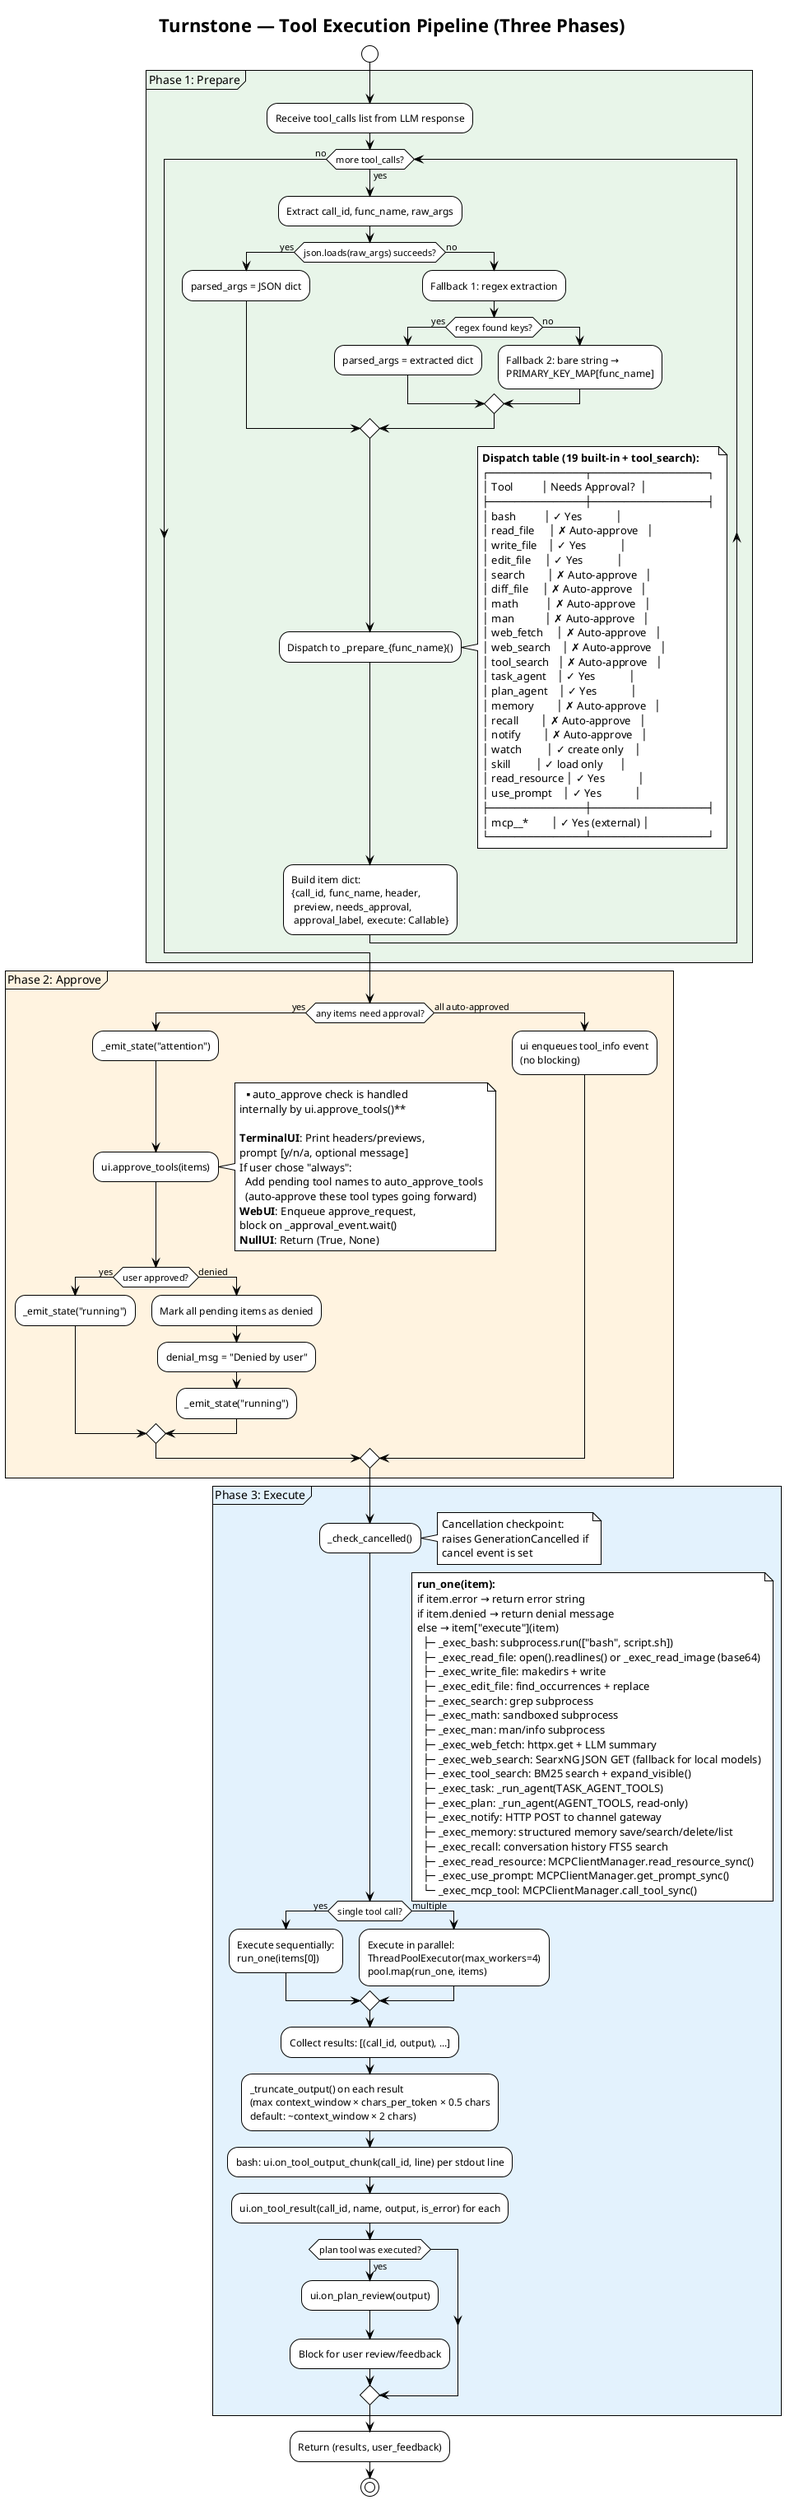
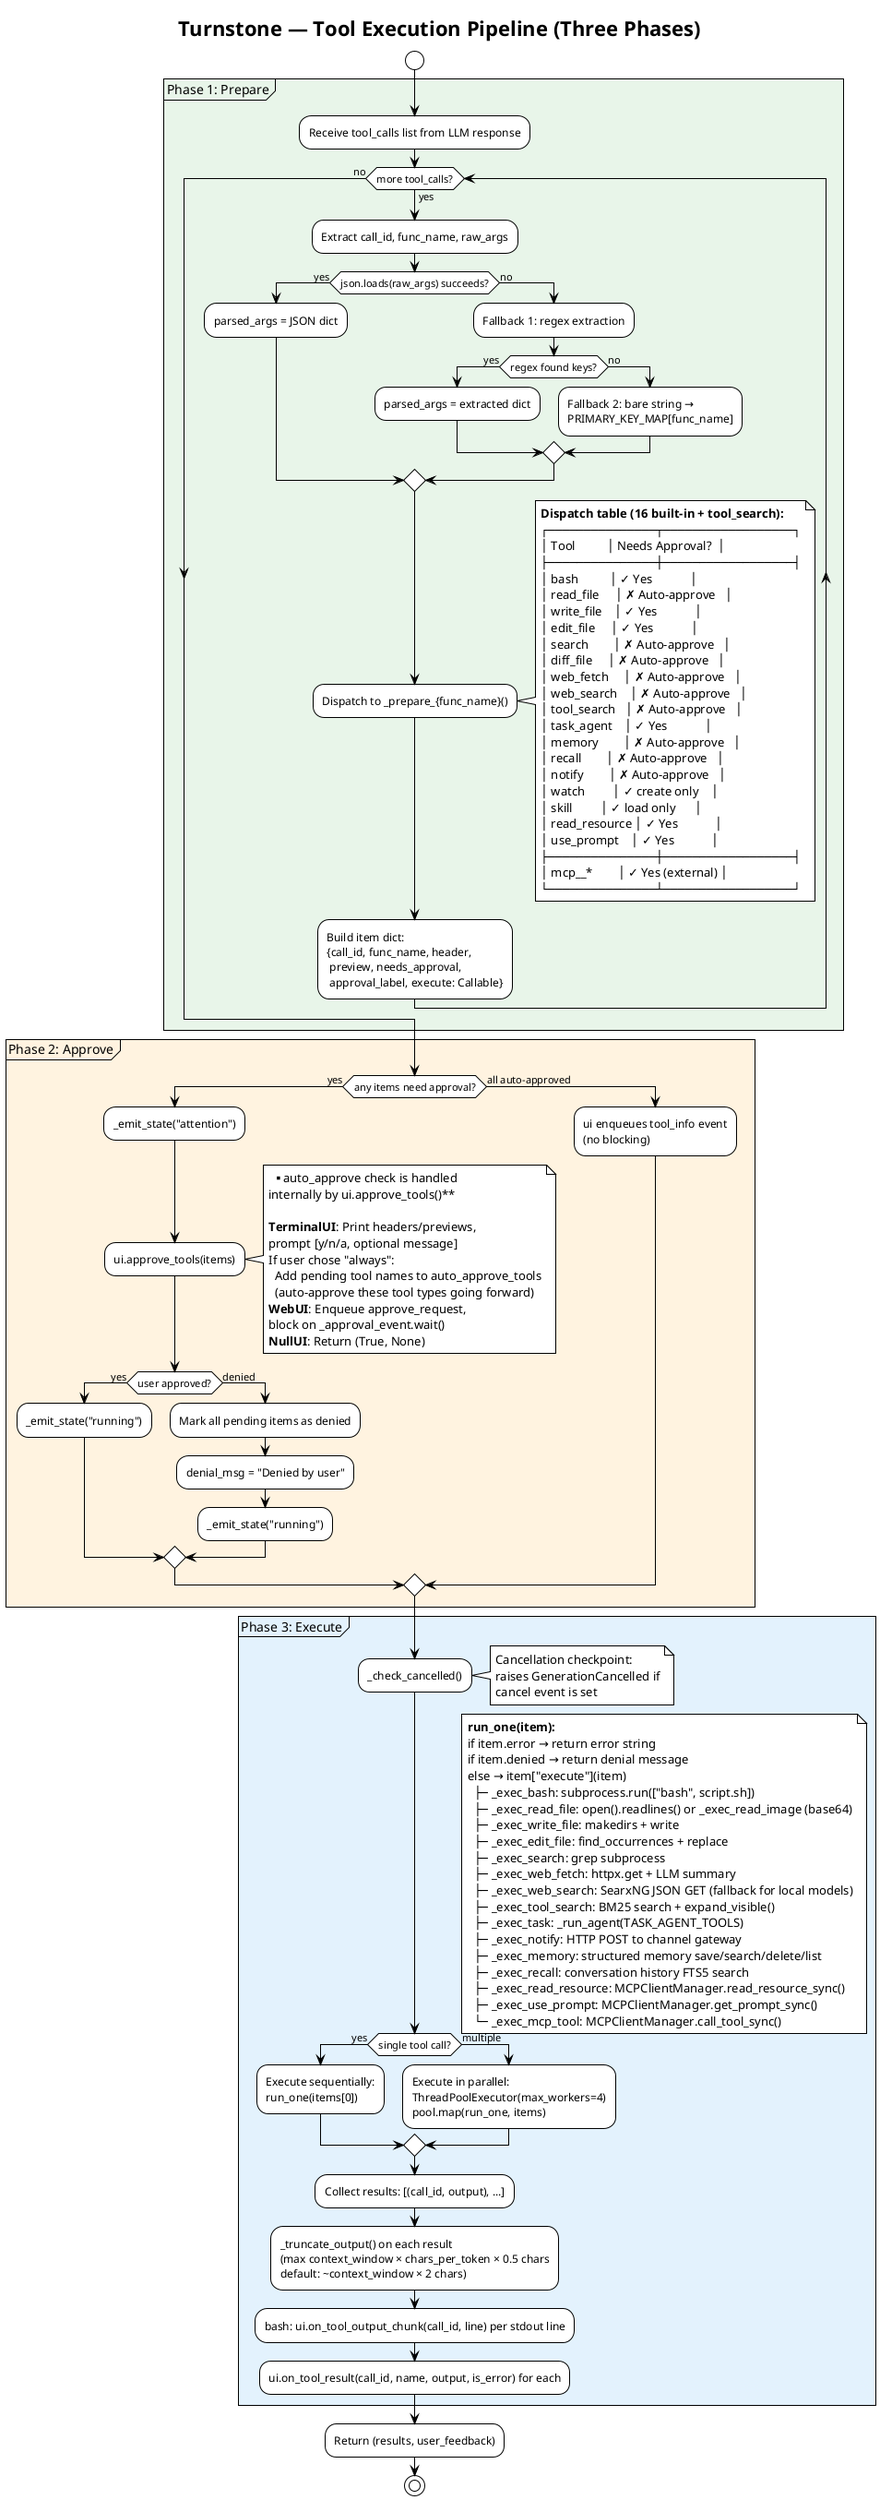
@startuml
!theme plain
title Turnstone — Tool Execution Pipeline (Three Phases)

start

partition "Phase 1: Prepare" #E8F5E9 {
    :Receive tool_calls list from LLM response;

    while (more tool_calls?) is (yes)
        :Extract call_id, func_name, raw_args;

        if (json.loads(raw_args) succeeds?) then (yes)
            :parsed_args = JSON dict;
        else (no)
            :Fallback 1: regex extraction;
            if (regex found keys?) then (yes)
                :parsed_args = extracted dict;
            else (no)
                :Fallback 2: bare string →\nPRIMARY_KEY_MAP[func_name];
            endif
        endif

        :Dispatch to _prepare_{func_name}();

        note right
-             **Dispatch table (19 built-in + tool_search):**
+             **Dispatch table (16 built-in + tool_search):**
            ┌───────────────┬──────────────────┐
            │ Tool          │ Needs Approval?  │
            ├───────────────┼──────────────────┤
            │ bash          │ ✓ Yes            │
            │ read_file     │ ✗ Auto-approve   │
            │ write_file    │ ✓ Yes            │
            │ edit_file     │ ✓ Yes            │
            │ search        │ ✗ Auto-approve   │
            │ diff_file     │ ✗ Auto-approve   │
-             │ math          │ ✗ Auto-approve   │
-             │ man           │ ✗ Auto-approve   │
            │ web_fetch     │ ✗ Auto-approve   │
            │ web_search    │ ✗ Auto-approve   │
            │ tool_search   │ ✗ Auto-approve   │
            │ task_agent    │ ✓ Yes            │
-             │ plan_agent    │ ✓ Yes            │
            │ memory        │ ✗ Auto-approve   │
            │ recall        │ ✗ Auto-approve   │
            │ notify        │ ✗ Auto-approve   │
            │ watch         │ ✓ create only    │
            │ skill         │ ✓ load only      │
            │ read_resource │ ✓ Yes            │
            │ use_prompt    │ ✓ Yes            │
            ├───────────────┼──────────────────┤
            │ mcp__*        │ ✓ Yes (external) │
            └───────────────┴──────────────────┘
        end note

        :Build item dict:
        {call_id, func_name, header,
         preview, needs_approval,
         approval_label, execute: Callable};
    endwhile (no)
}

partition "Phase 2: Approve" #FFF3E0 {
    if (any items need approval?) then (yes)
        :_emit_state("attention");
        :ui.approve_tools(items);

        note right
            **auto_approve check is handled
            internally by ui.approve_tools()**

            **TerminalUI**: Print headers/previews,
            prompt [y/n/a, optional message]
            If user chose "always":
              Add pending tool names to auto_approve_tools
              (auto-approve these tool types going forward)
            **WebUI**: Enqueue approve_request,
            block on _approval_event.wait()
            **NullUI**: Return (True, None)
        end note

        if (user approved?) then (yes)
            :_emit_state("running");
        else (denied)
            :Mark all pending items as denied;
            :denial_msg = "Denied by user";
            :_emit_state("running");
        endif
    else (all auto-approved)
        :ui enqueues tool_info event\n(no blocking);
    endif
}

partition "Phase 3: Execute" #E3F2FD {
    :_check_cancelled();
    note right: Cancellation checkpoint:\nraises GenerationCancelled if\ncancel event is set
    if (single tool call?) then (yes)
        :Execute sequentially:\nrun_one(items[0]);
    else (multiple)
        :Execute in parallel:\nThreadPoolExecutor(max_workers=4)\npool.map(run_one, items);
    endif

    note right
        **run_one(item):**
        if item.error → return error string
        if item.denied → return denial message
        else → item["execute"](item)
          ├─ _exec_bash: subprocess.run(["bash", script.sh])
          ├─ _exec_read_file: open().readlines() or _exec_read_image (base64)
          ├─ _exec_write_file: makedirs + write
          ├─ _exec_edit_file: find_occurrences + replace
          ├─ _exec_search: grep subprocess
-           ├─ _exec_math: sandboxed subprocess
-           ├─ _exec_man: man/info subprocess
          ├─ _exec_web_fetch: httpx.get + LLM summary
          ├─ _exec_web_search: SearxNG JSON GET (fallback for local models)
          ├─ _exec_tool_search: BM25 search + expand_visible()
          ├─ _exec_task: _run_agent(TASK_AGENT_TOOLS)
-           ├─ _exec_plan: _run_agent(AGENT_TOOLS, read-only)
          ├─ _exec_notify: HTTP POST to channel gateway
          ├─ _exec_memory: structured memory save/search/delete/list
          ├─ _exec_recall: conversation history FTS5 search
          ├─ _exec_read_resource: MCPClientManager.read_resource_sync()
          ├─ _exec_use_prompt: MCPClientManager.get_prompt_sync()
          └─ _exec_mcp_tool: MCPClientManager.call_tool_sync()
    end note

    :Collect results: [(call_id, output), ...];

    :_truncate_output() on each result\n(max context_window × chars_per_token × 0.5 chars\ndefault: ~context_window × 2 chars);

    :bash: ui.on_tool_output_chunk(call_id, line) per stdout line;
    :ui.on_tool_result(call_id, name, output, is_error) for each;
- 
-     if (plan tool was executed?) then (yes)
-         :ui.on_plan_review(output);
-         :Block for user review/feedback;
-     endif
}

:Return (results, user_feedback);

stop

@enduml
